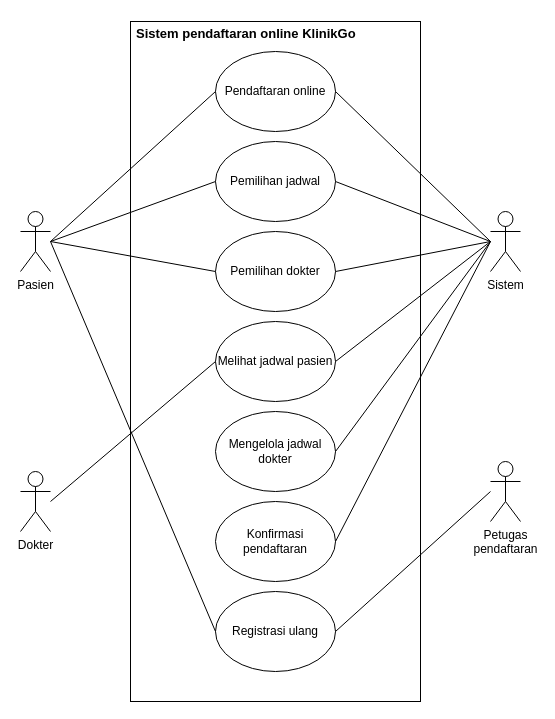
evelynwijayaa/KlinikGo-Rakamin keeps this draw.io diagram as page "use case diagram" (3 of 6) of Final Task KlinikGo.drawio.xml. Above is the earlier version. Source tidied: cells renumbered, new cells numbered last; positions are measured from the earlier drawing's top-left corner, leaving out a move shared by most shapes. Both pictures are drawn from the tidied source at 100%, with x=0, y=0 at pixel (20, 21).
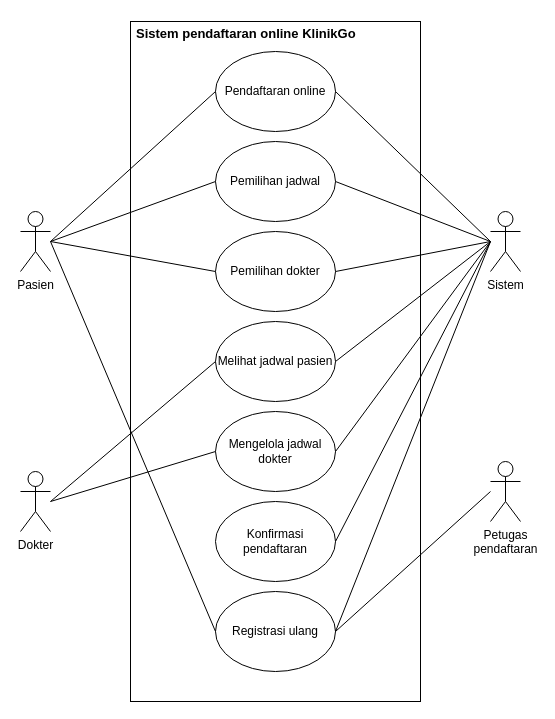
Above is the later version.

Unchanged cells that the change refers to:
```xml
<mxCell id="14" value="Mengelola jadwal dokter" style="ellipse;whiteSpace=wrap;html=1;" parent="1" vertex="1">
  <mxGeometry x="195" y="390" width="120" height="80" as="geometry" />
</mxCell>
```

The edit, as a diff of the source:
```diff
@@
+    <mxCell id="27" style="endArrow=none;html=1;rounded=0;entryX=0;entryY=0.5;entryDx=0;entryDy=0;" parent="1" edge="1" target="14">
+      <mxGeometry relative="1" as="geometry">
+        <mxPoint x="30" y="480" as="sourcePoint" />
+      </mxGeometry>
+    </mxCell>
+    <mxCell id="28" style="endArrow=none;html=1;rounded=0;exitX=1;exitY=0.5;exitDx=0;exitDy=0;" parent="1" edge="1">
+      <mxGeometry relative="1" as="geometry">
+        <mxPoint x="315" y="610" as="sourcePoint" />
+        <mxPoint x="470" y="220" as="targetPoint" />
+      </mxGeometry>
+    </mxCell>
```
